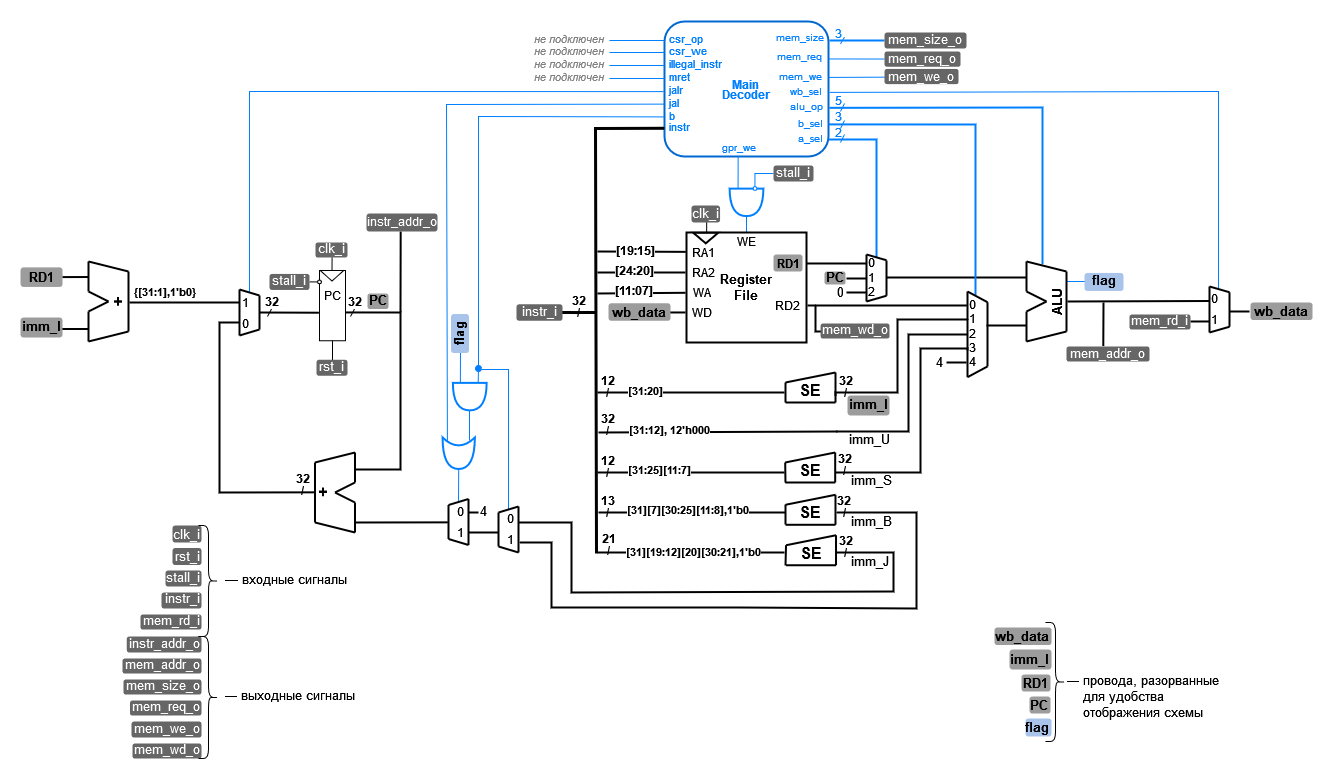
This is .pic/Labs/lab_06_dp/fig_01.drawio.png from MPSU/APS, a draw.io export, as it was before one commit. Source tidied: cells renumbered, new cells last; positions are measured from the earlier drawing's top-left corner, leaving out a move shared by most shapes.
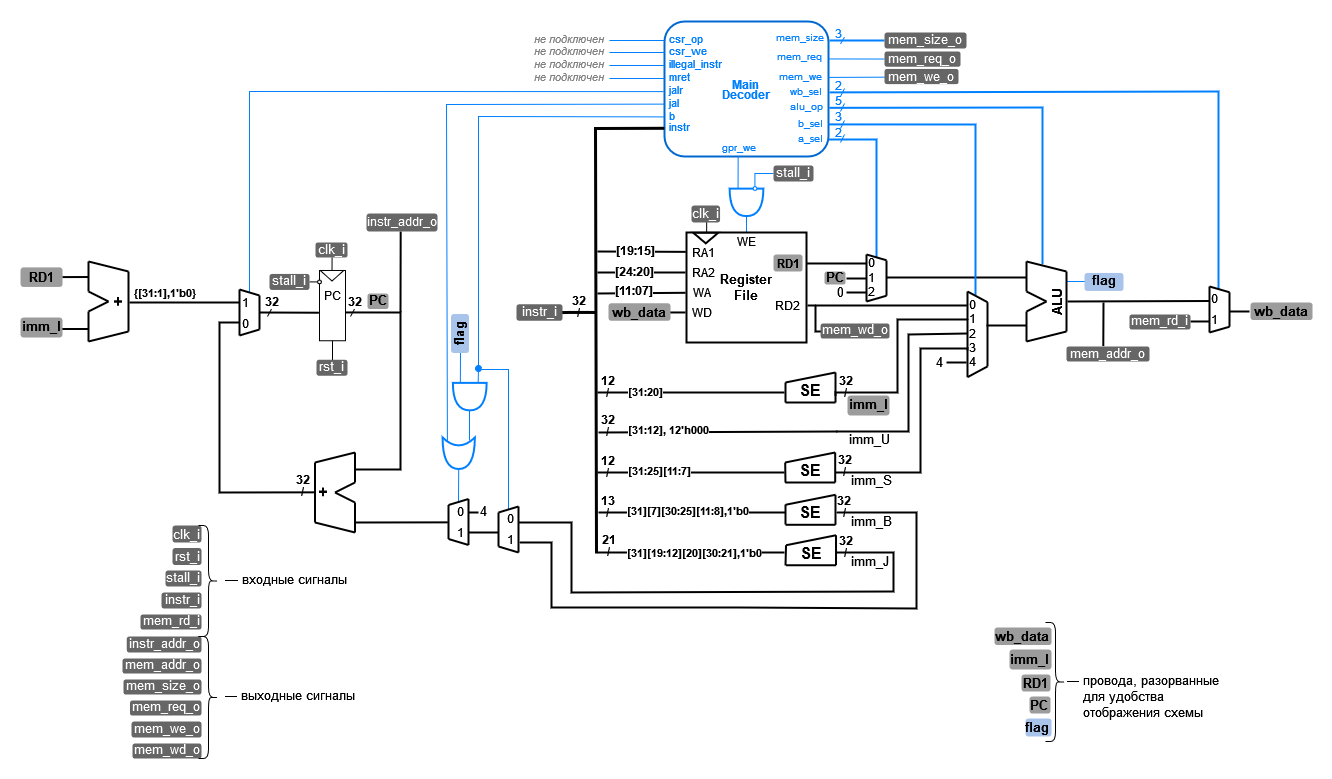
The same file after the commit.

Commit message:
ЛР6. Изменение разрядности wb_src_sel на схеме

Выход декодера двухразрядный, в будущих лабах это будет использовано.

Closes #23

Change to the diagram source:
```diff
@@ -140,7 +140,7 @@
     <mxCell id="35" value="&lt;font style=&quot;font-size: 11px;&quot;&gt;instr&lt;/font&gt;" style="text;html=1;strokeColor=none;fillColor=none;align=left;verticalAlign=middle;whiteSpace=wrap;rounded=0;fontSize=9;fontColor=#007FFF;comic=0;jiggle=0.5;" parent="1" vertex="1">
       <mxGeometry x="647" y="100" width="33" height="10" as="geometry" />
     </mxCell>
-    <mxCell id="36" style="endArrow=none;html=1;rounded=0;comic=0;strokeColor=#007FFF;fontSize=14;fontColor=#D4E1F5;startSize=6;endSize=6;jiggle=0.5;exitX=1.006;exitY=0.623;exitDx=0;exitDy=0;exitPerimeter=0;entryX=0.654;entryY=0.206;entryDx=0;entryDy=0;entryPerimeter=0;" parent="1" edge="1" target="182">
+    <mxCell id="36" style="endArrow=none;html=1;rounded=0;comic=0;strokeColor=#007FFF;fontSize=14;fontColor=#D4E1F5;startSize=6;endSize=6;jiggle=0.5;exitX=1.006;exitY=0.623;exitDx=0;exitDy=0;exitPerimeter=0;entryX=0.654;entryY=0.206;entryDx=0;entryDy=0;entryPerimeter=0;strokeWidth=2;" parent="1" edge="1" target="182">
       <mxGeometry relative="1" as="geometry">
         <mxPoint x="809" y="70.9" as="sourcePoint" />
         <Array as="points">
@@ -341,7 +341,7 @@
       <mxGeometry x="458" y="485" width="10" height="10" as="geometry" />
     </mxCell>
     <mxCell id="71" style="shape=xor;whiteSpace=wrap;html=1;rounded=1;strokeColor=#007FFF;fontSize=16;fontColor=#000000;fillColor=none;rotation=90;comic=0;jiggle=0.5;strokeWidth=2;" parent="1" vertex="1">
-      <mxGeometry x="422.4" y="415.6" width="31.5" height="32.2" as="geometry" />
+      <mxGeometry x="422.5" y="415.6" width="31.5" height="32.2" as="geometry" />
     </mxCell>
     <mxCell id="72" style="endArrow=none;html=1;rounded=0;comic=0;strokeColor=#007FFF;fontSize=16;fontColor=#000000;startSize=6;endSize=6;jiggle=0.5;exitX=1;exitY=0.5;exitDx=0;exitDy=0;exitPerimeter=0;" parent="1" edge="1" source="71">
       <mxGeometry relative="1" as="geometry">
@@ -1245,5 +1245,14 @@
     <mxCell id="264" value="&lt;font style=&quot;font-size: 11px;&quot;&gt;jalr&lt;/font&gt;" style="text;html=1;strokeColor=none;fillColor=none;align=left;verticalAlign=middle;whiteSpace=wrap;rounded=0;fontSize=9;fontColor=#007FFF;comic=0;jiggle=0.5;" parent="1" vertex="1">
       <mxGeometry x="647" y="62.8" width="33" height="10" as="geometry" />
     </mxCell>
+    <mxCell id="265" value="2" style="text;html=1;strokeColor=none;fillColor=none;align=center;verticalAlign=middle;whiteSpace=wrap;rounded=0;fontColor=#007FFF;" parent="1" vertex="1">
+      <mxGeometry x="815" y="58" width="7" height="11" as="geometry" />
+    </mxCell>
+    <mxCell id="266" style="endArrow=none;html=1;rounded=0;strokeColor=#007FFF;" parent="1" edge="1">
+      <mxGeometry relative="1" as="geometry">
+        <mxPoint x="820" y="75" as="sourcePoint" />
+        <mxPoint x="824" y="67" as="targetPoint" />
+      </mxGeometry>
+    </mxCell>
   </root>
 </mxGraphModel>
```
